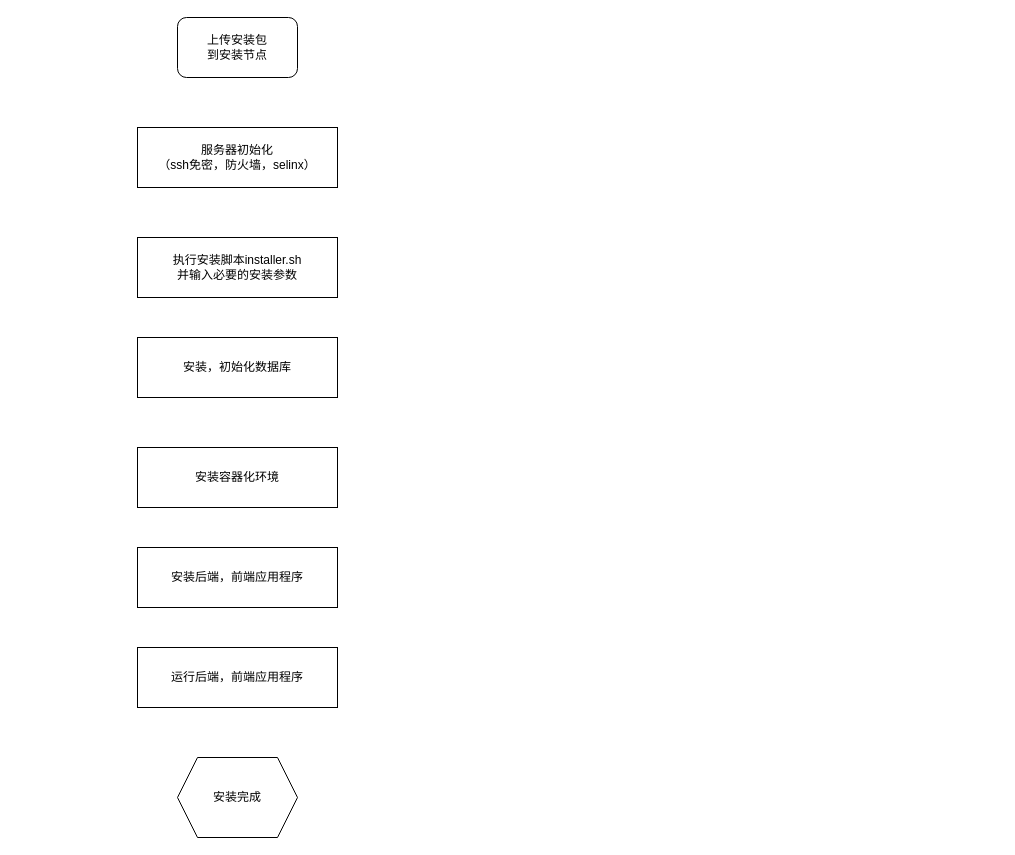
This is 思创贯宇-Linux运维工具.drawio from yihezhou/diagrams, a draw.io file, before an edit. Source tidied: cells renumbered, new cells numbered last; positions are measured from the earlier drawing's top-left corner, leaving out a move shared by most shapes. Both pictures are drawn from the tidied source at 100%, with x=0, y=0 at pixel (137, 17).
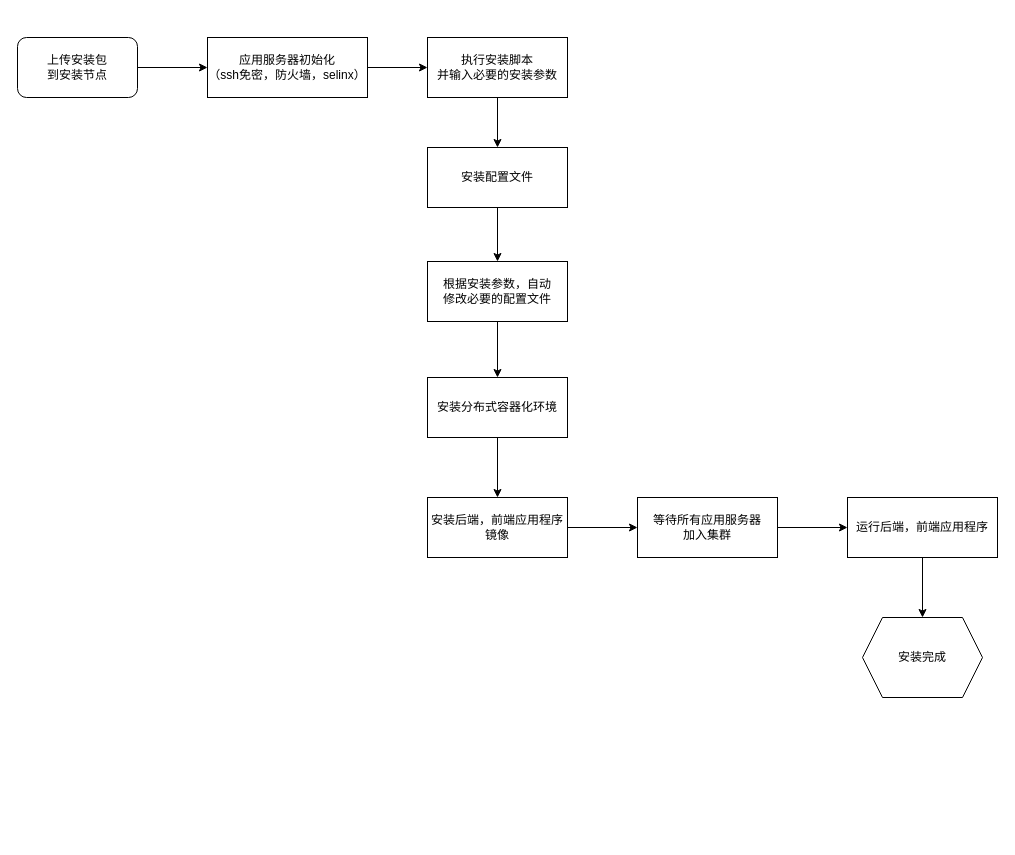
After the change.

Commit message (it also covers changes not shown here):
更新思创贯宇-Linux运维工具.drawio

The edit, as a diff of the source:
```diff
@@
     <mxCell id="2" value="上传安装包&lt;div&gt;到安装节点&lt;/div&gt;" style="rounded=1;whiteSpace=wrap;html=1;" parent="1" vertex="1">
-      <mxGeometry x="40" width="120" height="60" as="geometry" />
+      <mxGeometry x="-120" y="20" width="120" height="60" as="geometry" />
     </mxCell>
+    <mxCell id="10" style="edgeStyle=orthogonalEdgeStyle;rounded=0;jettySize=auto;html=1;" parent="1" edge="1" source="3" target="4">
+      <mxGeometry relative="1" as="geometry" />
+    </mxCell>
-    <mxCell id="3" value="服务器初始化&lt;div&gt;（ssh免密，防火墙，selinx）&lt;/div&gt;" style="rounded=0;whiteSpace=wrap;html=1;" parent="1" vertex="1">
-      <mxGeometry y="110" width="200" height="60" as="geometry" />
+    <mxCell id="3" value="应用服务器初始化&lt;div&gt;（ssh免密，防火墙，selinx）&lt;/div&gt;" style="rounded=0;whiteSpace=wrap;html=1;" parent="1" vertex="1">
+      <mxGeometry x="70" y="20" width="160" height="60" as="geometry" />
     </mxCell>
+    <mxCell id="11" style="edgeStyle=orthogonalEdgeStyle;rounded=0;jettySize=auto;html=1;exitX=0.5;exitY=1;exitDx=0;exitDy=0;entryX=0.5;entryY=0;entryDx=0;entryDy=0;" parent="1" edge="1" source="4" target="21">
+      <mxGeometry relative="1" as="geometry" />
+    </mxCell>
-    <mxCell id="4" value="执行安装脚本installer.sh&lt;div&gt;并输入必要的安装参数&lt;/div&gt;" style="rounded=0;whiteSpace=wrap;html=1;" parent="1" vertex="1">
-      <mxGeometry y="220" width="200" height="60" as="geometry" />
+    <mxCell id="4" value="执行安装脚本&lt;div&gt;并输入必要的安装参数&lt;/div&gt;" style="rounded=0;whiteSpace=wrap;html=1;" parent="1" vertex="1">
+      <mxGeometry x="290" y="20" width="140" height="60" as="geometry" />
     </mxCell>
-    <mxCell id="5" value="安装，初始化数据库" style="rounded=0;whiteSpace=wrap;html=1;" parent="1" vertex="1">
-      <mxGeometry y="320" width="200" height="60" as="geometry" />
-    </mxCell>
+    <mxCell id="12" style="edgeStyle=orthogonalEdgeStyle;rounded=0;jettySize=auto;html=1;exitX=1;exitY=0.5;exitDx=0;exitDy=0;entryX=0;entryY=0.5;entryDx=0;entryDy=0;" parent="1" edge="1" source="6" target="18">
+      <mxGeometry relative="1" as="geometry" />
+    </mxCell>
-    <mxCell id="6" value="安装后端，前端应用程序" style="rounded=0;whiteSpace=wrap;html=1;" parent="1" vertex="1">
-      <mxGeometry y="530" width="200" height="60" as="geometry" />
+    <mxCell id="6" value="安装后端，前端应用程序&lt;div&gt;镜像&lt;/div&gt;" style="rounded=0;whiteSpace=wrap;html=1;" parent="1" vertex="1">
+      <mxGeometry x="290" y="480" width="140" height="60" as="geometry" />
     </mxCell>
+    <mxCell id="13" style="edgeStyle=orthogonalEdgeStyle;rounded=0;jettySize=auto;html=1;exitX=0.5;exitY=1;exitDx=0;exitDy=0;entryX=0.5;entryY=0;entryDx=0;entryDy=0;" parent="1" edge="1" source="7" target="8">
+      <mxGeometry relative="1" as="geometry" />
+    </mxCell>
     <mxCell id="7" value="运行后端，前端应用程序" style="rounded=0;whiteSpace=wrap;html=1;" parent="1" vertex="1">
-      <mxGeometry y="630" width="200" height="60" as="geometry" />
+      <mxGeometry x="710" y="480" width="150" height="60" as="geometry" />
     </mxCell>
     <mxCell id="8" value="安装完成" style="shape=hexagon;perimeter=hexagonPerimeter2;whiteSpace=wrap;html=1;fixedSize=1;" parent="1" vertex="1">
-      <mxGeometry x="40" y="740" width="120" height="80" as="geometry" />
+      <mxGeometry x="725" y="600" width="120" height="80" as="geometry" />
     </mxCell>
+    <mxCell id="14" style="edgeStyle=orthogonalEdgeStyle;rounded=0;jettySize=auto;html=1;exitX=0.5;exitY=1;exitDx=0;exitDy=0;entryX=0.5;entryY=0;entryDx=0;entryDy=0;" parent="1" edge="1" source="9" target="6">
+      <mxGeometry relative="1" as="geometry" />
+    </mxCell>
-    <mxCell id="9" value="安装容器化环境" style="rounded=0;whiteSpace=wrap;html=1;" parent="1" vertex="1">
-      <mxGeometry y="430" width="200" height="60" as="geometry" />
+    <mxCell id="9" value="安装分布式容器化环境" style="rounded=0;whiteSpace=wrap;html=1;" parent="1" vertex="1">
+      <mxGeometry x="290" y="360" width="140" height="60" as="geometry" />
     </mxCell>
+    <mxCell id="15" style="edgeStyle=orthogonalEdgeStyle;rounded=0;jettySize=auto;html=1;exitX=0.5;exitY=1;exitDx=0;exitDy=0;entryX=0.5;entryY=0;entryDx=0;entryDy=0;" parent="1" edge="1" source="16" target="9">
+      <mxGeometry relative="1" as="geometry" />
+    </mxCell>
+    <mxCell id="16" value="根据安装参数，自动&lt;div&gt;修改必要的配置文件&lt;/div&gt;" style="rounded=0;whiteSpace=wrap;html=1;" parent="1" vertex="1">
+      <mxGeometry x="290" y="244" width="140" height="60" as="geometry" />
+    </mxCell>
+    <mxCell id="17" style="edgeStyle=orthogonalEdgeStyle;rounded=0;jettySize=auto;html=1;exitX=1;exitY=0.5;exitDx=0;exitDy=0;entryX=0;entryY=0.5;entryDx=0;entryDy=0;" parent="1" edge="1" source="18" target="7">
+      <mxGeometry relative="1" as="geometry" />
+    </mxCell>
+    <mxCell id="18" value="等待所有应用服务器&lt;div&gt;加入集群&lt;/div&gt;" style="rounded=0;whiteSpace=wrap;html=1;" parent="1" vertex="1">
+      <mxGeometry x="500" y="480" width="140" height="60" as="geometry" />
+    </mxCell>
+    <mxCell id="19" style="endArrow=classic;html=1;rounded=0;exitX=1;exitY=0.5;exitDx=0;exitDy=0;entryX=0;entryY=0.5;entryDx=0;entryDy=0;" parent="1" edge="1" source="2" target="3">
+      <mxGeometry relative="1" as="geometry" />
+    </mxCell>
+    <mxCell id="20" style="edgeStyle=orthogonalEdgeStyle;rounded=0;jettySize=auto;html=1;exitX=0.5;exitY=1;exitDx=0;exitDy=0;entryX=0.5;entryY=0;entryDx=0;entryDy=0;" parent="1" edge="1" source="21" target="16">
+      <mxGeometry relative="1" as="geometry" />
+    </mxCell>
+    <mxCell id="21" value="安装配置文件" style="rounded=0;whiteSpace=wrap;html=1;" parent="1" vertex="1">
+      <mxGeometry x="290" y="130" width="140" height="60" as="geometry" />
+    </mxCell>
```
